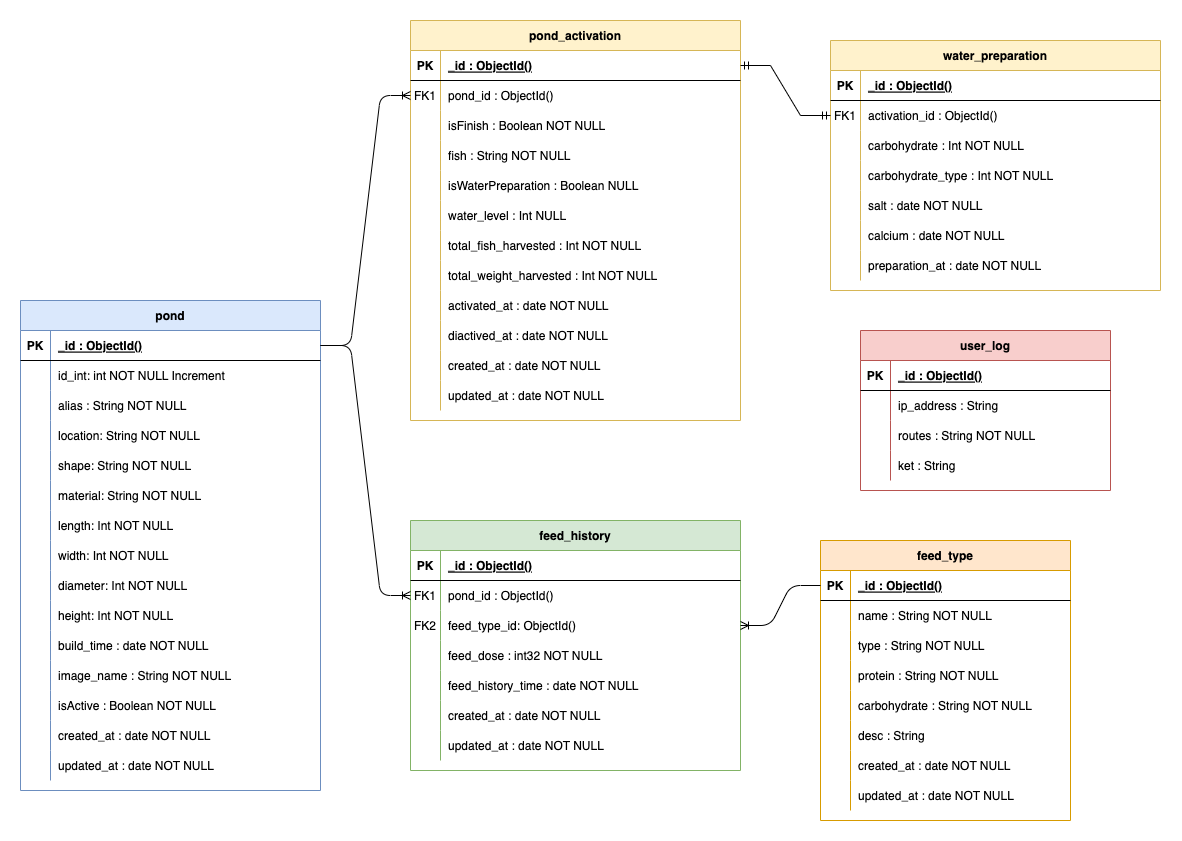
Earlier version of the draw.io export doc/Sprint04/diagram database/database.png (andrirahmanto/backendserverfishculture). Source tidied: cells renumbered, new cells last; positions are measured from the earlier drawing's top-left corner, leaving out a move shared by most shapes.
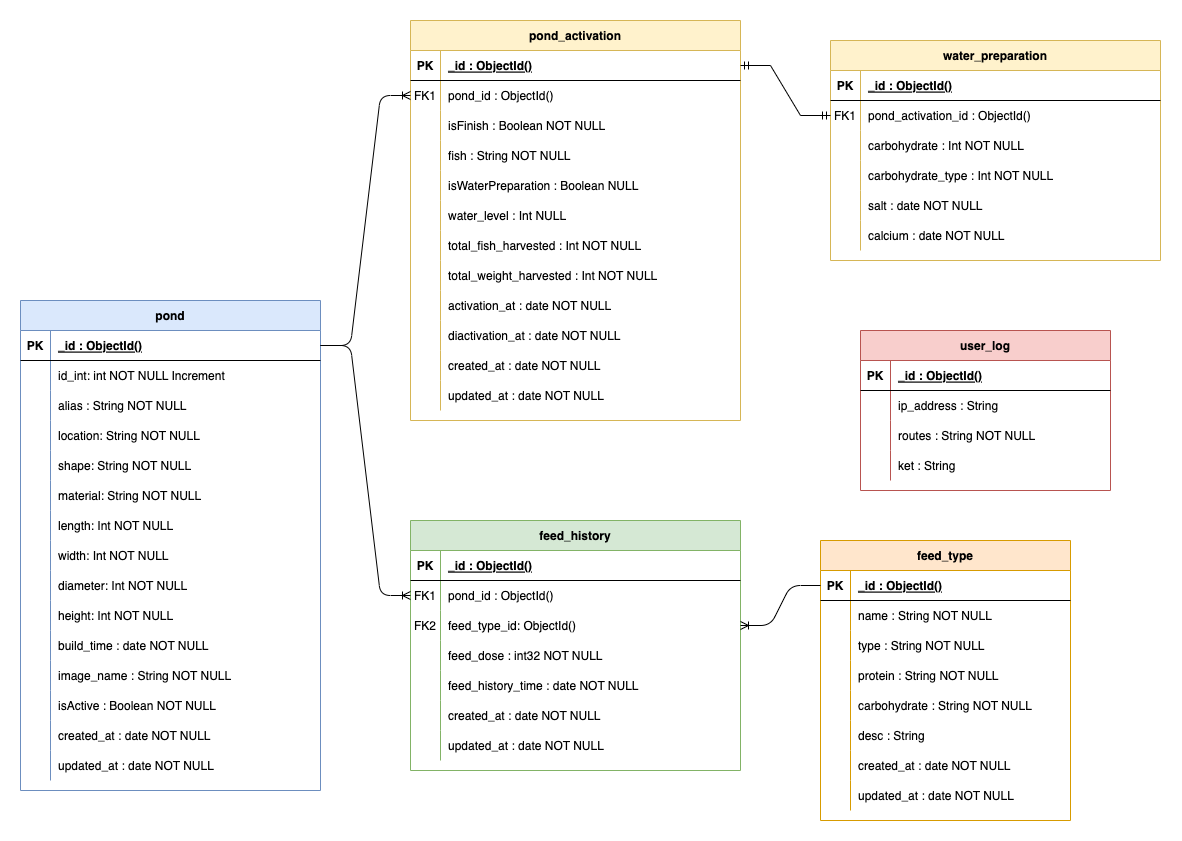
The same diagram one commit later.

Commit message:
feat: add view detail pond activation

Change to the diagram source:
```diff
@@ -407,7 +407,7 @@
     <mxCell id="136" style="shape=partialRectangle;overflow=hidden;fillColor=none;top=0;left=0;bottom=0;right=0;" parent="135" vertex="1">
       <mxGeometry width="30" height="30" as="geometry" />
     </mxCell>
-    <mxCell id="137" value="activated_at : date NOT NULL" style="shape=partialRectangle;overflow=hidden;fillColor=none;top=0;left=0;bottom=0;right=0;align=left;spacingLeft=6;" parent="135" vertex="1">
+    <mxCell id="137" value="activation_at : date NOT NULL" style="shape=partialRectangle;overflow=hidden;fillColor=none;top=0;left=0;bottom=0;right=0;align=left;spacingLeft=6;" parent="135" vertex="1">
       <mxGeometry x="30" width="300" height="30" as="geometry" />
     </mxCell>
     <mxCell id="138" style="shape=partialRectangle;fillColor=none;top=0;left=0;right=0;bottom=0;" parent="110" vertex="1">
@@ -416,7 +416,7 @@
     <mxCell id="139" style="shape=partialRectangle;overflow=hidden;fillColor=none;top=0;left=0;bottom=0;right=0;" parent="138" vertex="1">
       <mxGeometry width="30" height="30" as="geometry" />
     </mxCell>
-    <mxCell id="140" value="diactived_at : date NOT NULL" style="shape=partialRectangle;overflow=hidden;fillColor=none;top=0;left=0;bottom=0;right=0;align=left;spacingLeft=6;" parent="138" vertex="1">
+    <mxCell id="140" value="diactivation_at : date NOT NULL" style="shape=partialRectangle;overflow=hidden;fillColor=none;top=0;left=0;bottom=0;right=0;align=left;spacingLeft=6;" parent="138" vertex="1">
       <mxGeometry x="30" width="300" height="30" as="geometry" />
     </mxCell>
     <mxCell id="141" style="shape=partialRectangle;fillColor=none;top=0;left=0;right=0;bottom=0;" parent="110" vertex="1">
@@ -441,7 +441,7 @@
       <mxGeometry relative="1" as="geometry" />
     </mxCell>
     <mxCell id="148" value="water_preparation" style="shape=table;startSize=30;rowLines=0;fontStyle=1;align=center;fillColor=#fff2cc;strokeColor=#d6b656;" parent="1" vertex="1">
-      <mxGeometry x="810" y="20" width="330" height="250" as="geometry" />
+      <mxGeometry x="810" y="20" width="330" height="220" as="geometry" />
     </mxCell>
     <mxCell id="149" style="shape=partialRectangle;fillColor=none;top=0;left=0;right=0;bottom=1;" parent="148" vertex="1">
       <mxGeometry y="30" width="330" height="30" as="geometry" />
@@ -458,7 +458,7 @@
     <mxCell id="153" value="FK1" style="shape=partialRectangle;overflow=hidden;fillColor=none;top=0;left=0;bottom=0;right=0;" parent="152" vertex="1">
       <mxGeometry width="30" height="30" as="geometry" />
     </mxCell>
-    <mxCell id="154" value="activation_id : ObjectId()" style="shape=partialRectangle;overflow=hidden;fillColor=none;top=0;left=0;bottom=0;right=0;align=left;spacingLeft=6;" parent="152" vertex="1">
+    <mxCell id="154" value="pond_activation_id : ObjectId()" style="shape=partialRectangle;overflow=hidden;fillColor=none;top=0;left=0;bottom=0;right=0;align=left;spacingLeft=6;" parent="152" vertex="1">
       <mxGeometry x="30" width="300" height="30" as="geometry" />
     </mxCell>
     <mxCell id="155" style="shape=partialRectangle;fillColor=none;top=0;left=0;right=0;bottom=0;" parent="148" vertex="1">
@@ -497,15 +497,6 @@
     <mxCell id="166" value="calcium : date NOT NULL" style="shape=partialRectangle;overflow=hidden;fillColor=none;top=0;left=0;bottom=0;right=0;align=left;spacingLeft=6;" parent="164" vertex="1">
       <mxGeometry x="30" width="300" height="30" as="geometry" />
     </mxCell>
-    <mxCell id="167" style="shape=partialRectangle;fillColor=none;top=0;left=0;right=0;bottom=0;" parent="148" vertex="1">
-      <mxGeometry y="210" width="330" height="30" as="geometry" />
-    </mxCell>
-    <mxCell id="168" style="shape=partialRectangle;overflow=hidden;fillColor=none;top=0;left=0;bottom=0;right=0;" parent="167" vertex="1">
-      <mxGeometry width="30" height="30" as="geometry" />
-    </mxCell>
-    <mxCell id="169" value="preparation_at : date NOT NULL" style="shape=partialRectangle;overflow=hidden;fillColor=none;top=0;left=0;bottom=0;right=0;align=left;spacingLeft=6;" parent="167" vertex="1">
-      <mxGeometry x="30" width="300" height="30" as="geometry" />
-    </mxCell>
     <mxCell id="170" style="edgeStyle=entityRelationEdgeStyle;fontSize=12;html=1;endArrow=ERmandOne;startArrow=ERmandOne;rounded=0;entryX=1;entryY=0.5;entryDx=0;entryDy=0;exitX=0;exitY=0.5;exitDx=0;exitDy=0;" parent="1" edge="1" source="152" target="111">
       <mxGeometry relative="1" as="geometry" />
     </mxCell>
```
